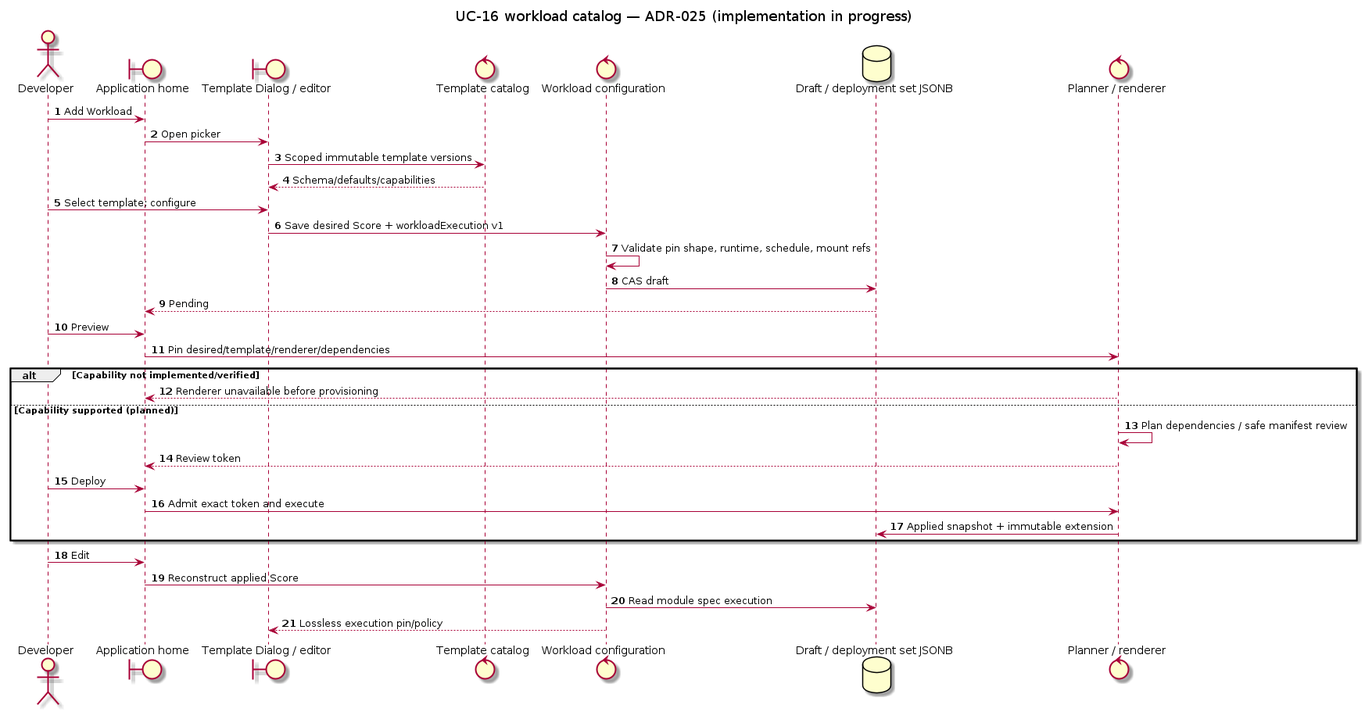
Above: orchestrator_docs/usecase/UC-16/workload-catalog-sequence.png in pr3s3nt/poc (PlantUML), before the change. Its source is kept beside it as orchestrator_docs/usecase/UC-16/workload-catalog-sequence.puml. Its diagram source:
```plantuml
@startuml
title UC-16 workload catalog — ADR-025 (implementation in progress)
autonumber
actor Developer
boundary "Application home" as Home
boundary "Template Dialog / editor" as UI
control "Template catalog" as Catalog
control "Workload configuration" as Config
database "Draft / deployment set JSONB" as Store
control "Planner / renderer" as Runtime
Developer -> Home: Add Workload
Home -> UI: Open picker
UI -> Catalog: Scoped immutable template versions
Catalog --> UI: Schema/defaults/capabilities
Developer -> UI: Select template; configure
UI -> Config: Save desired Score + workloadExecution v1
Config -> Config: Validate pin shape, runtime, schedule, mount refs
Config -> Store: CAS draft
Store --> Home: Pending
Developer -> Home: Preview
Home -> Runtime: Pin desired/template/renderer/dependencies
alt Capability not implemented/verified
 Runtime --> Home: Renderer unavailable before provisioning
else Capability supported (planned)
 Runtime -> Runtime: Plan dependencies / safe manifest review
 Runtime --> Home: Review token
 Developer -> Home: Deploy
 Home -> Runtime: Admit exact token and execute
 Runtime -> Store: Applied snapshot + immutable extension
end
Developer -> Home: Edit
Home -> Config: Reconstruct applied Score
Config -> Store: Read module spec execution
Config --> UI: Lossless execution pin/policy
@enduml
```
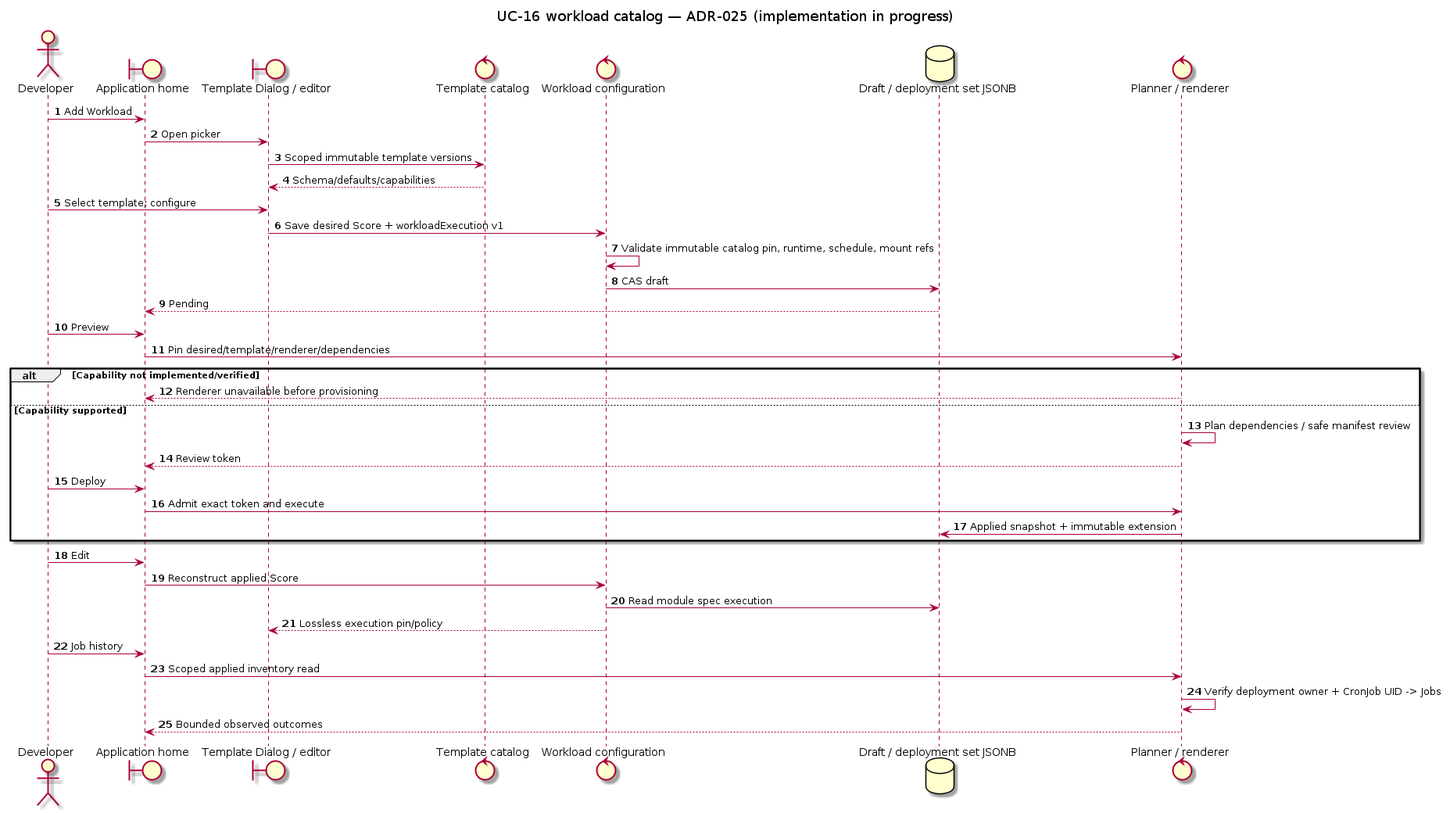
The same file after the commit.

The edit, as a diff of the source:
```diff
@@ -14,14 +14,14 @@
 Catalog --> UI: Schema/defaults/capabilities
 Developer -> UI: Select template; configure
 UI -> Config: Save desired Score + workloadExecution v1
-Config -> Config: Validate pin shape, runtime, schedule, mount refs
+Config -> Config: Validate immutable catalog pin, runtime, schedule, mount refs
 Config -> Store: CAS draft
 Store --> Home: Pending
 Developer -> Home: Preview
 Home -> Runtime: Pin desired/template/renderer/dependencies
 alt Capability not implemented/verified
  Runtime --> Home: Renderer unavailable before provisioning
-else Capability supported (planned)
+else Capability supported
  Runtime -> Runtime: Plan dependencies / safe manifest review
  Runtime --> Home: Review token
  Developer -> Home: Deploy
@@ -32,4 +32,8 @@
 Home -> Config: Reconstruct applied Score
 Config -> Store: Read module spec execution
 Config --> UI: Lossless execution pin/policy
+Developer -> Home: Job history
+Home -> Runtime: Scoped applied inventory read
+Runtime -> Runtime: Verify deployment owner + CronJob UID -> Jobs
+Runtime --> Home: Bounded observed outcomes
 @enduml
```
